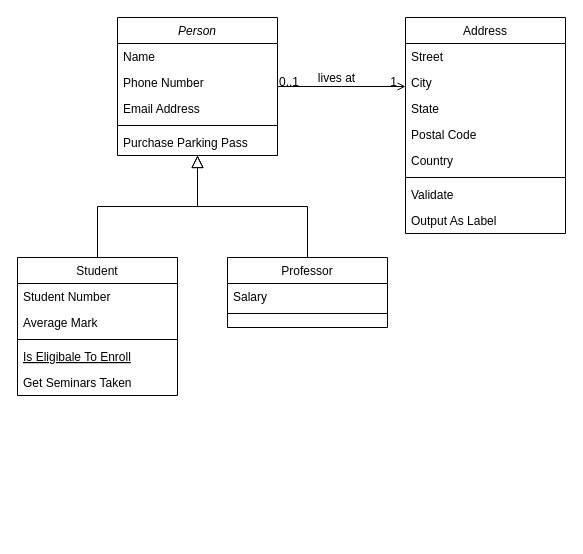
The draw.io diagram Untitled Diagram.drawio in BrockBaron/wk2d1_HW, before the edit. Source tidied: cells renumbered, new cells numbered last; positions are measured from the earlier drawing's top-left corner, leaving out a move shared by most shapes. Both pictures are drawn from the tidied source at 100%, with x=0, y=0 at pixel (17, 17).
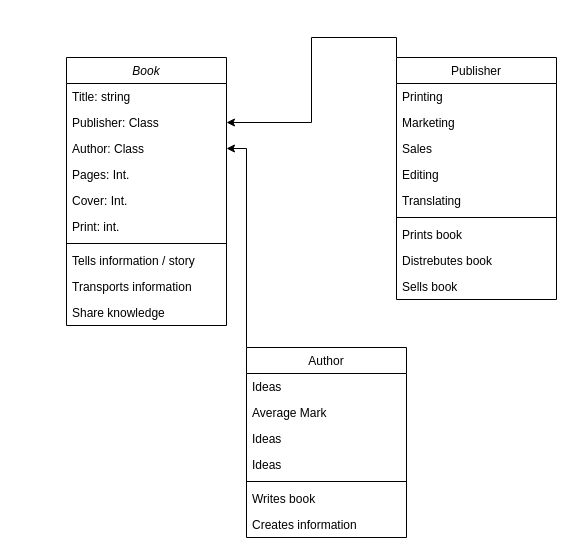
After the change.

Commit message:
Book Class Diagram.drawio

The edit, as a diff of the source:
```diff
@@
-    <mxCell id="2" value="Person" style="swimlane;fontStyle=2;align=center;verticalAlign=top;horizontal=1;startSize=26;rounded=0;shadow=0;strokeWidth=1;" parent="1" vertex="1">
-      <mxGeometry x="100" width="160" height="138" as="geometry" />
+    <mxCell id="2" value="Book" style="swimlane;fontStyle=2;align=center;verticalAlign=top;horizontal=1;startSize=26;rounded=0;shadow=0;strokeWidth=1;" parent="1" vertex="1">
+      <mxGeometry x="49" y="40" width="160" height="268" as="geometry" />
     </mxCell>
-    <mxCell id="3" value="Name" style="text;align=left;verticalAlign=top;spacingLeft=4;spacingRight=4;overflow=hidden;" parent="2" vertex="1">
+    <mxCell id="3" value="Title: string" style="text;align=left;verticalAlign=top;spacingLeft=4;spacingRight=4;overflow=hidden;" parent="2" vertex="1">
       <mxGeometry y="26" width="160" height="26" as="geometry" />
     </mxCell>
+    <mxCell id="5" value="Publisher: Class" style="text;align=left;verticalAlign=top;spacingLeft=4;spacingRight=4;overflow=hidden;points=[[0,0.5],[1,0.5]];portConstraint=eastwest;rounded=0;shadow=0;html=0;" parent="2" vertex="1">
+      <mxGeometry y="52" width="160" height="26" as="geometry" />
+    </mxCell>
-    <mxCell id="4" value="Phone Number" style="text;align=left;verticalAlign=top;spacingLeft=4;spacingRight=4;overflow=hidden;points=[[0,0.5],[1,0.5]];portConstraint=eastwest;rounded=0;shadow=0;html=0;" parent="2" vertex="1">
-      <mxGeometry y="52" width="160" height="26" as="geometry" />
+    <mxCell id="4" value="Author: Class" style="text;align=left;verticalAlign=top;spacingLeft=4;spacingRight=4;overflow=hidden;points=[[0,0.5],[1,0.5]];portConstraint=eastwest;rounded=0;shadow=0;html=0;" parent="2" vertex="1">
+      <mxGeometry y="78" width="160" height="26" as="geometry" />
     </mxCell>
-    <mxCell id="5" value="Email Address" style="text;align=left;verticalAlign=top;spacingLeft=4;spacingRight=4;overflow=hidden;points=[[0,0.5],[1,0.5]];portConstraint=eastwest;rounded=0;shadow=0;html=0;" parent="2" vertex="1">
-      <mxGeometry y="78" width="160" height="26" as="geometry" />
-    </mxCell>
+    <mxCell id="32" value="Pages: Int." style="text;align=left;verticalAlign=top;spacingLeft=4;spacingRight=4;overflow=hidden;rounded=0;shadow=0;html=0;" parent="2" vertex="1">
+      <mxGeometry y="104" width="160" height="26" as="geometry" />
+    </mxCell>
+    <mxCell id="33" value="Cover: Int." style="text;align=left;verticalAlign=top;spacingLeft=4;spacingRight=4;overflow=hidden;rounded=0;shadow=0;html=0;" parent="2" vertex="1">
+      <mxGeometry y="130" width="160" height="26" as="geometry" />
+    </mxCell>
+    <mxCell id="34" value="Print: int." style="text;align=left;verticalAlign=top;spacingLeft=4;spacingRight=4;overflow=hidden;rounded=0;shadow=0;html=0;" parent="2" vertex="1">
+      <mxGeometry y="156" width="160" height="26" as="geometry" />
+    </mxCell>
     <mxCell id="6" style="line;html=1;strokeWidth=1;align=left;verticalAlign=middle;spacingTop=-1;spacingLeft=3;spacingRight=3;labelPosition=right;" parent="2" vertex="1">
-      <mxGeometry y="104" width="160" height="8" as="geometry" />
+      <mxGeometry y="182" width="160" height="8" as="geometry" />
     </mxCell>
-    <mxCell id="7" value="Purchase Parking Pass" style="text;align=left;verticalAlign=top;spacingLeft=4;spacingRight=4;overflow=hidden;" parent="2" vertex="1">
-      <mxGeometry y="112" width="160" height="26" as="geometry" />
+    <mxCell id="7" value="Tells information / story" style="text;align=left;verticalAlign=top;spacingLeft=4;spacingRight=4;overflow=hidden;" parent="2" vertex="1">
+      <mxGeometry y="190" width="160" height="26" as="geometry" />
     </mxCell>
+    <mxCell id="35" value="Transports information" style="text;align=left;verticalAlign=top;spacingLeft=4;spacingRight=4;overflow=hidden;" parent="2" vertex="1">
+      <mxGeometry y="216" width="160" height="26" as="geometry" />
+    </mxCell>
+    <mxCell id="36" value="Share knowledge" style="text;align=left;verticalAlign=top;spacingLeft=4;spacingRight=4;overflow=hidden;" parent="2" vertex="1">
+      <mxGeometry y="242" width="160" height="26" as="geometry" />
+    </mxCell>
+    <mxCell id="37" style="edgeStyle=orthogonalEdgeStyle;rounded=0;jettySize=auto;html=1;exitX=0;exitY=0;exitDx=0;exitDy=0;" parent="1" edge="1" source="8" target="4">
+      <mxGeometry relative="1" as="geometry" />
+    </mxCell>
-    <mxCell id="8" value="Student" style="swimlane;fontStyle=0;align=center;verticalAlign=top;horizontal=1;startSize=26;rounded=0;shadow=0;strokeWidth=1;" parent="1" vertex="1">
-      <mxGeometry y="240" width="160" height="138" as="geometry" />
+    <mxCell id="8" value="Author" style="swimlane;fontStyle=0;align=center;verticalAlign=top;horizontal=1;startSize=26;rounded=0;shadow=0;strokeWidth=1;" parent="1" vertex="1">
+      <mxGeometry x="229" y="330" width="160" height="190" as="geometry" />
     </mxCell>
-    <mxCell id="9" value="Student Number" style="text;align=left;verticalAlign=top;spacingLeft=4;spacingRight=4;overflow=hidden;" parent="8" vertex="1">
+    <mxCell id="9" value="Ideas" style="text;align=left;verticalAlign=top;spacingLeft=4;spacingRight=4;overflow=hidden;" parent="8" vertex="1">
       <mxGeometry y="26" width="160" height="26" as="geometry" />
     </mxCell>
@@
+    <mxCell id="38" value="Ideas" style="text;align=left;verticalAlign=top;spacingLeft=4;spacingRight=4;overflow=hidden;" parent="8" vertex="1">
+      <mxGeometry y="78" width="160" height="26" as="geometry" />
+    </mxCell>
+    <mxCell id="39" value="Ideas" style="text;align=left;verticalAlign=top;spacingLeft=4;spacingRight=4;overflow=hidden;" parent="8" vertex="1">
+      <mxGeometry y="104" width="160" height="26" as="geometry" />
+    </mxCell>
     <mxCell id="11" style="line;html=1;strokeWidth=1;align=left;verticalAlign=middle;spacingTop=-1;spacingLeft=3;spacingRight=3;labelPosition=right;" parent="8" vertex="1">
-      <mxGeometry y="78" width="160" height="8" as="geometry" />
+      <mxGeometry y="130" width="160" height="8" as="geometry" />
     </mxCell>
-    <mxCell id="12" value="Is Eligibale To Enroll" style="text;align=left;verticalAlign=top;spacingLeft=4;spacingRight=4;overflow=hidden;fontStyle=4;" parent="8" vertex="1">
-      <mxGeometry y="86" width="160" height="26" as="geometry" />
+    <mxCell id="12" value="Writes book" style="text;align=left;verticalAlign=top;spacingLeft=4;spacingRight=4;overflow=hidden;fontStyle=0;" parent="8" vertex="1">
+      <mxGeometry y="138" width="160" height="26" as="geometry" />
     </mxCell>
-    <mxCell id="13" value="Get Seminars Taken" style="text;align=left;verticalAlign=top;spacingLeft=4;spacingRight=4;overflow=hidden;" parent="8" vertex="1">
-      <mxGeometry y="112" width="160" height="26" as="geometry" />
+    <mxCell id="13" value="Creates information" style="text;align=left;verticalAlign=top;spacingLeft=4;spacingRight=4;overflow=hidden;" parent="8" vertex="1">
+      <mxGeometry y="164" width="160" height="26" as="geometry" />
     </mxCell>
-    <mxCell id="14" style="endArrow=block;endSize=10;endFill=0;shadow=0;strokeWidth=1;rounded=0;edgeStyle=elbowEdgeStyle;elbow=vertical;" parent="1" edge="1" source="8" target="2">
-      <mxGeometry relative="1" as="geometry" />
-    </mxCell>
-    <mxCell id="15" value="Professor" style="swimlane;fontStyle=0;align=center;verticalAlign=top;horizontal=1;startSize=26;rounded=0;shadow=0;strokeWidth=1;" parent="1" vertex="1">
-      <mxGeometry x="210" y="240" width="160" height="70" as="geometry" />
-    </mxCell>
-    <mxCell id="16" value="Salary" style="text;align=left;verticalAlign=top;spacingLeft=4;spacingRight=4;overflow=hidden;" parent="15" vertex="1">
-      <mxGeometry y="26" width="160" height="26" as="geometry" />
-    </mxCell>
-    <mxCell id="17" style="line;html=1;strokeWidth=1;align=left;verticalAlign=middle;spacingTop=-1;spacingLeft=3;spacingRight=3;labelPosition=right;" parent="15" vertex="1">
-      <mxGeometry y="52" width="160" height="8" as="geometry" />
-    </mxCell>
-    <mxCell id="18" style="endArrow=block;endSize=10;endFill=0;shadow=0;strokeWidth=1;rounded=0;edgeStyle=elbowEdgeStyle;elbow=vertical;" parent="1" edge="1" source="15" target="2">
-      <mxGeometry relative="1" as="geometry" />
-    </mxCell>
+    <mxCell id="40" style="edgeStyle=orthogonalEdgeStyle;rounded=0;jettySize=auto;html=1;exitX=0;exitY=0;exitDx=0;exitDy=0;" parent="1" edge="1" source="19" target="5">
+      <mxGeometry relative="1" as="geometry" />
+    </mxCell>
-    <mxCell id="19" value="Address" style="swimlane;fontStyle=0;align=center;verticalAlign=top;horizontal=1;startSize=26;rounded=0;shadow=0;strokeWidth=1;" parent="1" vertex="1">
-      <mxGeometry x="388" width="160" height="216" as="geometry" />
+    <mxCell id="19" value="Publisher" style="swimlane;fontStyle=0;align=center;verticalAlign=top;horizontal=1;startSize=26;rounded=0;shadow=0;strokeWidth=1;" parent="1" vertex="1">
+      <mxGeometry x="379" y="40" width="160" height="242" as="geometry" />
     </mxCell>
-    <mxCell id="20" value="Street" style="text;align=left;verticalAlign=top;spacingLeft=4;spacingRight=4;overflow=hidden;" parent="19" vertex="1">
+    <mxCell id="20" value="Printing" style="text;align=left;verticalAlign=top;spacingLeft=4;spacingRight=4;overflow=hidden;" parent="19" vertex="1">
       <mxGeometry y="26" width="160" height="26" as="geometry" />
     </mxCell>
-    <mxCell id="21" value="City" style="text;align=left;verticalAlign=top;spacingLeft=4;spacingRight=4;overflow=hidden;rounded=0;shadow=0;html=0;" parent="19" vertex="1">
+    <mxCell id="21" value="Marketing" style="text;align=left;verticalAlign=top;spacingLeft=4;spacingRight=4;overflow=hidden;rounded=0;shadow=0;html=0;" parent="19" vertex="1">
       <mxGeometry y="52" width="160" height="26" as="geometry" />
     </mxCell>
-    <mxCell id="22" value="State" style="text;align=left;verticalAlign=top;spacingLeft=4;spacingRight=4;overflow=hidden;rounded=0;shadow=0;html=0;" parent="19" vertex="1">
+    <mxCell id="22" value="Sales" style="text;align=left;verticalAlign=top;spacingLeft=4;spacingRight=4;overflow=hidden;rounded=0;shadow=0;html=0;" parent="19" vertex="1">
       <mxGeometry y="78" width="160" height="26" as="geometry" />
     </mxCell>
-    <mxCell id="23" value="Postal Code" style="text;align=left;verticalAlign=top;spacingLeft=4;spacingRight=4;overflow=hidden;rounded=0;shadow=0;html=0;" parent="19" vertex="1">
+    <mxCell id="23" value="Editing" style="text;align=left;verticalAlign=top;spacingLeft=4;spacingRight=4;overflow=hidden;rounded=0;shadow=0;html=0;" parent="19" vertex="1">
       <mxGeometry y="104" width="160" height="26" as="geometry" />
     </mxCell>
-    <mxCell id="24" value="Country" style="text;align=left;verticalAlign=top;spacingLeft=4;spacingRight=4;overflow=hidden;rounded=0;shadow=0;html=0;" parent="19" vertex="1">
+    <mxCell id="24" value="Translating" style="text;align=left;verticalAlign=top;spacingLeft=4;spacingRight=4;overflow=hidden;rounded=0;shadow=0;html=0;" parent="19" vertex="1">
       <mxGeometry y="130" width="160" height="26" as="geometry" />
     </mxCell>
@@
-    <mxCell id="26" value="Validate" style="text;align=left;verticalAlign=top;spacingLeft=4;spacingRight=4;overflow=hidden;" parent="19" vertex="1">
+    <mxCell id="26" value="Prints book" style="text;align=left;verticalAlign=top;spacingLeft=4;spacingRight=4;overflow=hidden;" parent="19" vertex="1">
       <mxGeometry y="164" width="160" height="26" as="geometry" />
     </mxCell>
-    <mxCell id="27" value="Output As Label" style="text;align=left;verticalAlign=top;spacingLeft=4;spacingRight=4;overflow=hidden;" parent="19" vertex="1">
+    <mxCell id="27" value="Distrebutes book" style="text;align=left;verticalAlign=top;spacingLeft=4;spacingRight=4;overflow=hidden;" parent="19" vertex="1">
       <mxGeometry y="190" width="160" height="26" as="geometry" />
     </mxCell>
-    <mxCell id="28" style="endArrow=open;shadow=0;strokeWidth=1;rounded=0;endFill=1;edgeStyle=elbowEdgeStyle;elbow=vertical;" parent="1" edge="1" source="2" target="19">
-      <mxGeometry x="0.5" y="41" relative="1" as="geometry">
-        <mxPoint x="-40" y="32" as="offset" />
-      </mxGeometry>
-    </mxCell>
-    <mxCell id="29" value="0..1" style="align=left;verticalAlign=bottom;labelBackgroundColor=none;fontSize=12;" parent="28" vertex="1">
-      <mxGeometry x="-1" relative="1" as="geometry">
-        <mxPoint y="4" as="offset" />
-      </mxGeometry>
-    </mxCell>
-    <mxCell id="30" value="1" style="align=right;verticalAlign=bottom;labelBackgroundColor=none;fontSize=12;" parent="28" vertex="1">
-      <mxGeometry x="1" relative="1" as="geometry">
-        <mxPoint x="-7" y="4" as="offset" />
-      </mxGeometry>
-    </mxCell>
-    <mxCell id="31" value="lives at" style="text;html=1;align=center;verticalAlign=middle;labelBackgroundColor=none;rounded=0;shadow=0;strokeWidth=1;fontSize=12;" parent="28" vertex="1">
-      <mxGeometry x="0.5" y="49" relative="1" as="geometry">
-        <mxPoint x="-38" y="40" as="offset" />
-      </mxGeometry>
-    </mxCell>
+    <mxCell id="41" value="Sells book" style="text;align=left;verticalAlign=top;spacingLeft=4;spacingRight=4;overflow=hidden;" parent="19" vertex="1">
+      <mxGeometry y="216" width="160" height="26" as="geometry" />
+    </mxCell>
```
